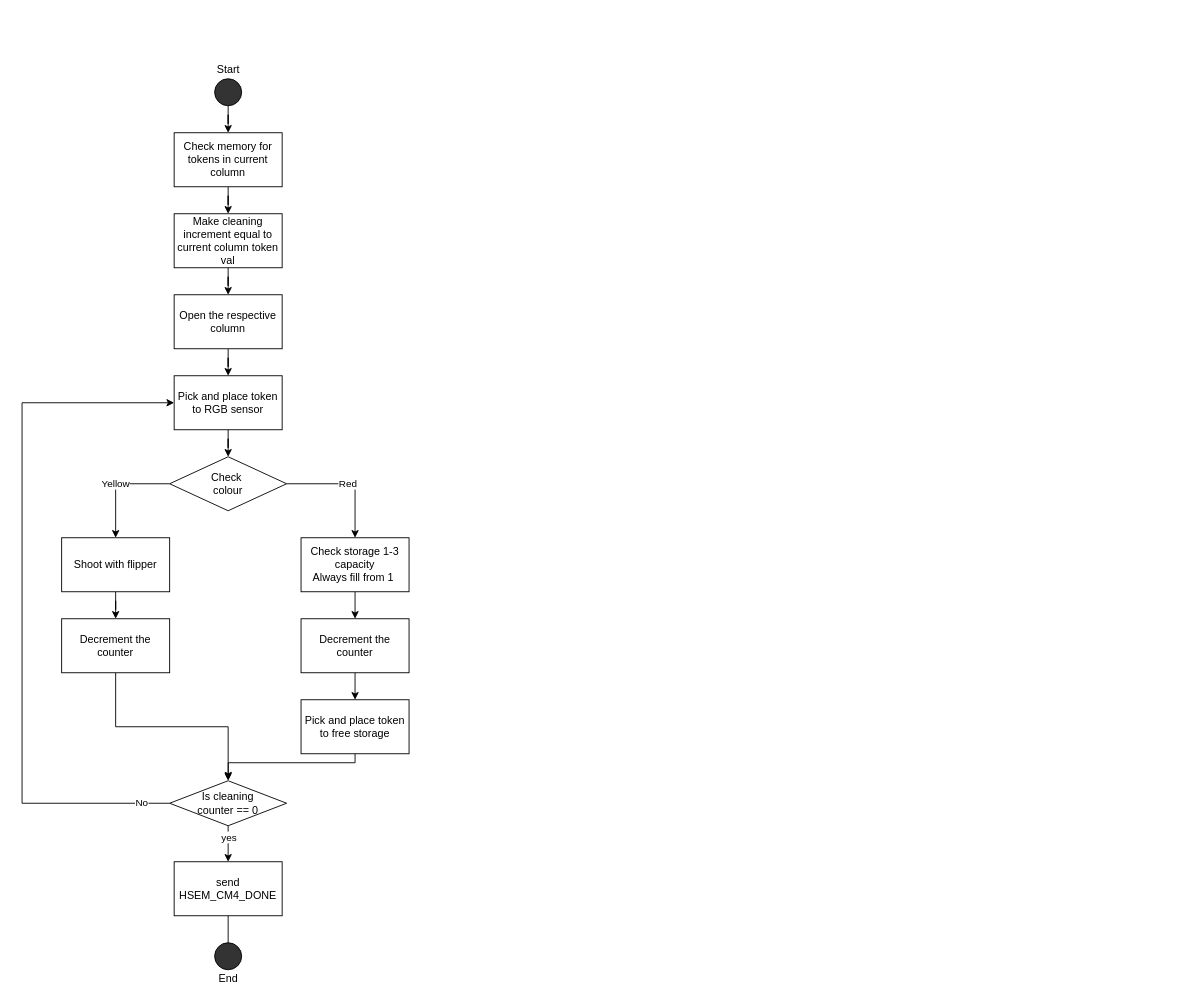
Above: page "Token Colour Separator" (1 of 2) of 4. Diagrams/System/task clean-up.drawio in BorIvanov/Documents (draw.io), before the change. Source tidied: cells renumbered, new cells numbered last; positions are measured from the earlier drawing's top-left corner, leaving out a move shared by most shapes. Both pictures are drawn from the tidied source at 90%, with x=0, y=0 at pixel (22, 60).
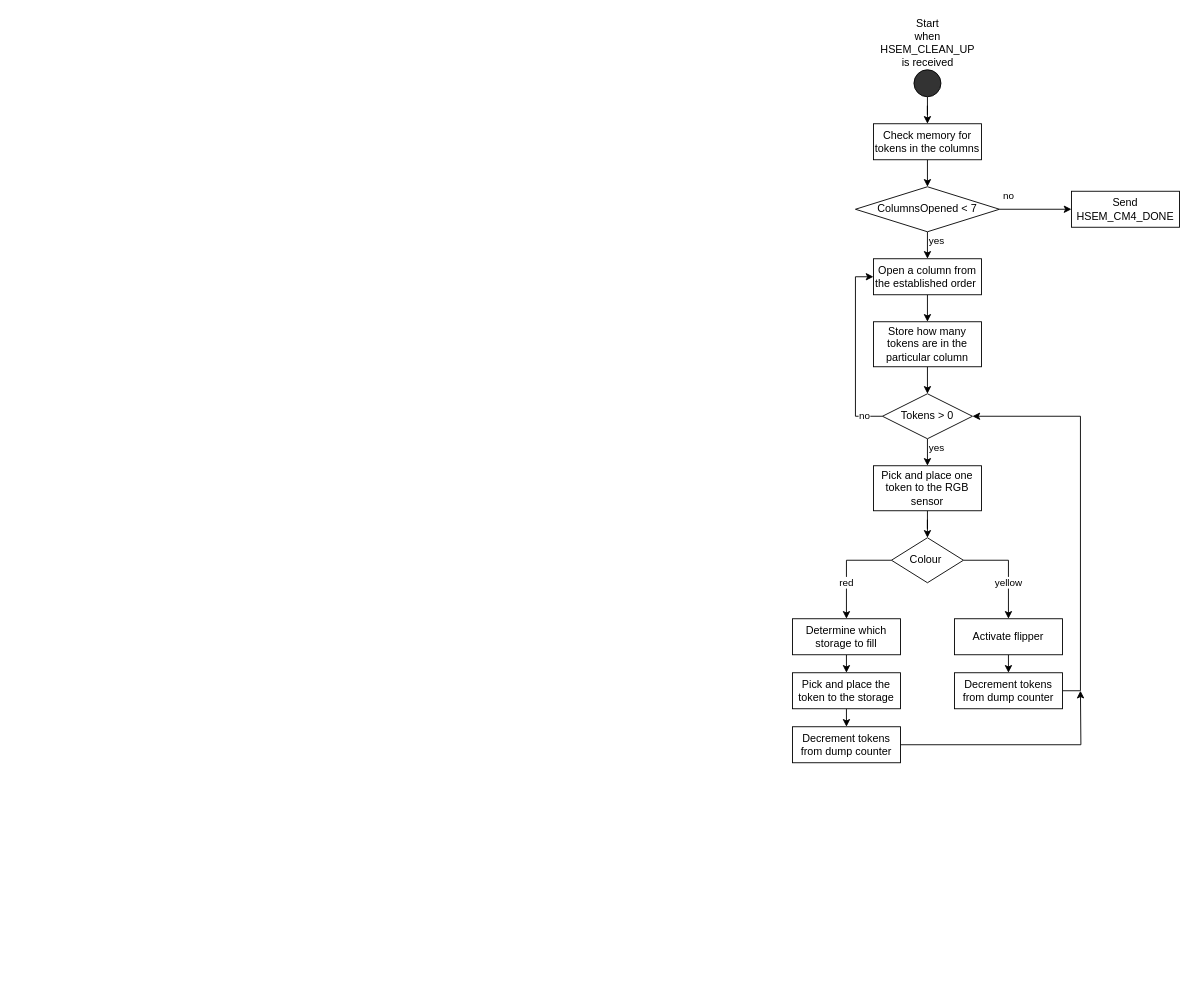
Above is the later version.

Diff of the diagram source:
```diff
@@
-    <mxCell id="2" style="edgeStyle=orthogonalEdgeStyle;rounded=0;jettySize=auto;html=1;" parent="1" edge="1" source="3" target="5">
-      <mxGeometry relative="1" as="geometry" />
-    </mxCell>
-    <mxCell id="3" style="ellipse;whiteSpace=wrap;html=1;fillColor=#333333;" parent="1" vertex="1">
-      <mxGeometry x="214" y="20" width="30" height="30" as="geometry" />
-    </mxCell>
-    <mxCell id="4" style="edgeStyle=orthogonalEdgeStyle;rounded=0;jettySize=auto;html=1;" parent="1" edge="1" source="5" target="13">
-      <mxGeometry relative="1" as="geometry" />
-    </mxCell>
-    <mxCell id="5" value="Check memory for tokens in current column" style="rounded=0;whiteSpace=wrap;html=1;fillColor=default;" parent="1" vertex="1">
-      <mxGeometry x="169" y="80" width="120" height="60" as="geometry" />
-    </mxCell>
-    <mxCell id="6" style="edgeStyle=orthogonalEdgeStyle;rounded=0;jettySize=auto;html=1;" parent="1" edge="1" source="7" target="9">
-      <mxGeometry relative="1" as="geometry" />
-    </mxCell>
-    <mxCell id="7" value="Open the respective column" style="rounded=0;whiteSpace=wrap;html=1;fillColor=default;" parent="1" vertex="1">
-      <mxGeometry x="169" y="260" width="120" height="60" as="geometry" />
-    </mxCell>
-    <mxCell id="8" style="edgeStyle=orthogonalEdgeStyle;rounded=0;jettySize=auto;html=1;" parent="1" edge="1" source="9" target="16">
-      <mxGeometry relative="1" as="geometry" />
-    </mxCell>
-    <mxCell id="9" value="Pick and place token to RGB sensor" style="rounded=0;whiteSpace=wrap;html=1;fillColor=default;" parent="1" vertex="1">
-      <mxGeometry x="169" y="350" width="120" height="60" as="geometry" />
-    </mxCell>
-    <mxCell id="10" style="edgeStyle=orthogonalEdgeStyle;rounded=0;jettySize=auto;html=1;" parent="1" edge="1" source="11" target="20">
-      <mxGeometry relative="1" as="geometry" />
-    </mxCell>
-    <mxCell id="11" value="Shoot with flipper" style="rounded=0;whiteSpace=wrap;html=1;fillColor=default;" parent="1" vertex="1">
-      <mxGeometry x="44" y="530" width="120" height="60" as="geometry" />
-    </mxCell>
-    <mxCell id="12" style="edgeStyle=orthogonalEdgeStyle;rounded=0;jettySize=auto;html=1;" parent="1" edge="1" source="13" target="7">
-      <mxGeometry relative="1" as="geometry" />
-    </mxCell>
-    <mxCell id="13" value="Make cleaning increment equal to current column token val" style="rounded=0;whiteSpace=wrap;html=1;fillColor=default;" parent="1" vertex="1">
-      <mxGeometry x="169" y="170" width="120" height="60" as="geometry" />
-    </mxCell>
-    <mxCell id="14" value="Yellow" style="edgeStyle=orthogonalEdgeStyle;rounded=0;jettySize=auto;html=1;exitX=0;exitY=0.5;exitDx=0;exitDy=0;entryX=0.5;entryY=0;entryDx=0;entryDy=0;" parent="1" edge="1" source="16" target="11">
-      <mxGeometry relative="1" as="geometry" />
-    </mxCell>
-    <mxCell id="15" value="Red" style="edgeStyle=orthogonalEdgeStyle;rounded=0;jettySize=auto;html=1;exitX=1;exitY=0.5;exitDx=0;exitDy=0;entryX=0.5;entryY=0;entryDx=0;entryDy=0;" parent="1" edge="1" source="16" target="18">
-      <mxGeometry relative="1" as="geometry" />
-    </mxCell>
-    <mxCell id="16" value="Check&amp;nbsp;&lt;br&gt;colour" style="rhombus;whiteSpace=wrap;html=1;fillColor=default;" parent="1" vertex="1">
-      <mxGeometry x="164" y="440" width="130" height="60" as="geometry" />
-    </mxCell>
-    <mxCell id="17" style="edgeStyle=orthogonalEdgeStyle;rounded=0;jettySize=auto;html=1;exitX=0.5;exitY=1;exitDx=0;exitDy=0;entryX=0.5;entryY=0;entryDx=0;entryDy=0;" parent="1" edge="1" source="18" target="22">
-      <mxGeometry relative="1" as="geometry" />
-    </mxCell>
-    <mxCell id="18" value="Check storage 1-3 capacity&lt;br&gt;Always fill from 1&amp;nbsp;" style="rounded=0;whiteSpace=wrap;html=1;fillColor=default;" parent="1" vertex="1">
-      <mxGeometry x="310" y="530" width="120" height="60" as="geometry" />
-    </mxCell>
-    <mxCell id="19" style="edgeStyle=orthogonalEdgeStyle;rounded=0;jettySize=auto;html=1;exitX=0.5;exitY=1;exitDx=0;exitDy=0;entryX=0.5;entryY=0;entryDx=0;entryDy=0;" parent="1" edge="1" source="20" target="27">
-      <mxGeometry relative="1" as="geometry" />
-    </mxCell>
-    <mxCell id="20" value="Decrement the counter" style="rounded=0;whiteSpace=wrap;html=1;fillColor=default;" parent="1" vertex="1">
-      <mxGeometry x="44" y="620" width="120" height="60" as="geometry" />
-    </mxCell>
-    <mxCell id="21" style="edgeStyle=orthogonalEdgeStyle;rounded=0;jettySize=auto;html=1;exitX=0.5;exitY=1;exitDx=0;exitDy=0;entryX=0.5;entryY=0;entryDx=0;entryDy=0;" parent="1" edge="1" source="22" target="24">
-      <mxGeometry relative="1" as="geometry" />
-    </mxCell>
-    <mxCell id="22" value="Decrement the counter" style="rounded=0;whiteSpace=wrap;html=1;fillColor=default;" parent="1" vertex="1">
-      <mxGeometry x="310" y="620" width="120" height="60" as="geometry" />
-    </mxCell>
-    <mxCell id="23" style="edgeStyle=orthogonalEdgeStyle;rounded=0;jettySize=auto;html=1;exitX=0.5;exitY=1;exitDx=0;exitDy=0;entryX=0.501;entryY=-0.026;entryDx=0;entryDy=0;entryPerimeter=0;" parent="1" edge="1" source="24" target="27">
-      <mxGeometry relative="1" as="geometry">
-        <Array as="points">
-          <mxPoint x="370" y="780" />
-          <mxPoint x="229" y="780" />
-        </Array>
-      </mxGeometry>
-    </mxCell>
-    <mxCell id="24" value="Pick and place token to free storage" style="rounded=0;whiteSpace=wrap;html=1;fillColor=default;" parent="1" vertex="1">
-      <mxGeometry x="310" y="710" width="120" height="60" as="geometry" />
-    </mxCell>
-    <mxCell id="25" value="No" style="edgeStyle=orthogonalEdgeStyle;rounded=0;jettySize=auto;html=1;exitX=0;exitY=0.5;exitDx=0;exitDy=0;entryX=0;entryY=0.5;entryDx=0;entryDy=0;" parent="1" edge="1" source="27" target="9">
-      <mxGeometry x="-0.92" relative="1" as="geometry">
-        <Array as="points">
-          <mxPoint y="825" />
-          <mxPoint y="380" />
-        </Array>
-      </mxGeometry>
-    </mxCell>
-    <mxCell id="26" value="yes" style="edgeStyle=orthogonalEdgeStyle;rounded=0;jettySize=auto;html=1;" parent="1" edge="1" source="27" target="29">
-      <mxGeometry x="-0.33" y="1" relative="1" as="geometry" />
-    </mxCell>
-    <mxCell id="27" value="Is cleaning &lt;br&gt;counter == 0" style="rhombus;whiteSpace=wrap;html=1;fillColor=default;" parent="1" vertex="1">
-      <mxGeometry x="164" y="800" width="130" height="50" as="geometry" />
-    </mxCell>
-    <mxCell id="28" style="edgeStyle=orthogonalEdgeStyle;rounded=0;jettySize=auto;html=1;" parent="1" edge="1" source="29" target="32">
-      <mxGeometry relative="1" as="geometry" />
-    </mxCell>
-    <mxCell id="29" value="send HSEM_CM4_DONE" style="rounded=0;whiteSpace=wrap;html=1;fillColor=default;" parent="1" vertex="1">
-      <mxGeometry x="169" y="890" width="120" height="60" as="geometry" />
-    </mxCell>
-    <mxCell id="30" value="Start" style="text;html=1;align=center;verticalAlign=middle;strokeColor=none;fillColor=none;" parent="1" vertex="1">
-      <mxGeometry x="209" width="40" height="20" as="geometry" />
-    </mxCell>
-    <mxCell id="31" style="ellipse;whiteSpace=wrap;html=1;fillColor=#333333;" parent="1" vertex="1">
-      <mxGeometry x="214" y="980" width="30" height="30" as="geometry" />
-    </mxCell>
-    <mxCell id="32" value="End" style="text;html=1;align=center;verticalAlign=middle;points=[];strokeColor=none;fillColor=none;" parent="1" vertex="1">
-      <mxGeometry x="209" y="1010" width="40" height="20" as="geometry" />
-    </mxCell>
+    <mxCell id="33" style="edgeStyle=orthogonalEdgeStyle;rounded=0;jettySize=auto;html=1;" parent="1" edge="1" source="34" target="36">
+      <mxGeometry relative="1" as="geometry" />
+    </mxCell>
+    <mxCell id="34" style="ellipse;whiteSpace=wrap;html=1;fillColor=#333333;" parent="1" vertex="1">
+      <mxGeometry x="991" y="10" width="30" height="30" as="geometry" />
+    </mxCell>
+    <mxCell id="35" style="edgeStyle=orthogonalEdgeStyle;rounded=0;jettySize=auto;html=1;exitX=0.5;exitY=1;exitDx=0;exitDy=0;entryX=0.5;entryY=0;entryDx=0;entryDy=0;" parent="1" edge="1" source="36" target="62">
+      <mxGeometry relative="1" as="geometry" />
+    </mxCell>
+    <mxCell id="36" value="Check memory for tokens in the columns" style="rounded=0;whiteSpace=wrap;html=1;fillColor=default;" parent="1" vertex="1">
+      <mxGeometry x="946" y="70" width="120" height="40" as="geometry" />
+    </mxCell>
+    <mxCell id="37" value="Start&lt;br&gt;when&lt;br&gt;HSEM_CLEAN_UP&lt;br&gt;is received" style="text;html=1;align=center;verticalAlign=middle;strokeColor=none;fillColor=none;" parent="1" vertex="1">
+      <mxGeometry x="946" y="-50" width="120" height="60" as="geometry" />
+    </mxCell>
+    <mxCell id="38" style="edgeStyle=orthogonalEdgeStyle;rounded=0;jettySize=auto;html=1;exitX=0.5;exitY=1;exitDx=0;exitDy=0;entryX=0.5;entryY=0;entryDx=0;entryDy=0;" parent="1" edge="1" source="39" target="41">
+      <mxGeometry relative="1" as="geometry" />
+    </mxCell>
+    <mxCell id="39" value="Open a column from the established order&amp;nbsp;" style="rounded=0;whiteSpace=wrap;html=1;fillColor=default;" parent="1" vertex="1">
+      <mxGeometry x="946" y="220" width="120" height="40" as="geometry" />
+    </mxCell>
+    <mxCell id="40" style="edgeStyle=orthogonalEdgeStyle;rounded=0;jettySize=auto;html=1;exitX=0.5;exitY=1;exitDx=0;exitDy=0;entryX=0.5;entryY=0;entryDx=0;entryDy=0;" parent="1" edge="1" source="41" target="51">
+      <mxGeometry relative="1" as="geometry" />
+    </mxCell>
+    <mxCell id="41" value="Store how many tokens are in the particular column" style="rounded=0;whiteSpace=wrap;html=1;fillColor=default;" parent="1" vertex="1">
+      <mxGeometry x="946" y="290" width="120" height="50" as="geometry" />
+    </mxCell>
+    <mxCell id="42" style="edgeStyle=orthogonalEdgeStyle;rounded=0;jettySize=auto;html=1;" parent="1" edge="1" source="43" target="46">
+      <mxGeometry relative="1" as="geometry" />
+    </mxCell>
+    <mxCell id="43" value="&lt;span style=&quot;font-family: &amp;#34;helvetica&amp;#34;&quot;&gt;Pick and place one token to the RGB sensor&lt;/span&gt;" style="rounded=0;whiteSpace=wrap;html=1;fillColor=default;" parent="1" vertex="1">
+      <mxGeometry x="946" y="450" width="120" height="50" as="geometry" />
+    </mxCell>
+    <mxCell id="44" value="yellow" style="edgeStyle=orthogonalEdgeStyle;rounded=0;jettySize=auto;html=1;exitX=1;exitY=0.5;exitDx=0;exitDy=0;entryX=0.5;entryY=0;entryDx=0;entryDy=0;" parent="1" edge="1" source="46" target="48">
+      <mxGeometry x="0.3" relative="1" as="geometry">
+        <Array as="points">
+          <mxPoint x="1096" y="555" />
+        </Array>
+      </mxGeometry>
+    </mxCell>
+    <mxCell id="45" value="red" style="edgeStyle=orthogonalEdgeStyle;rounded=0;jettySize=auto;html=1;exitX=0;exitY=0.5;exitDx=0;exitDy=0;" parent="1" edge="1" source="46">
+      <mxGeometry x="0.3" relative="1" as="geometry">
+        <mxPoint x="916" y="620" as="targetPoint" />
+        <Array as="points">
+          <mxPoint x="916" y="555" />
+          <mxPoint x="916" y="620" />
+        </Array>
+      </mxGeometry>
+    </mxCell>
+    <mxCell id="46" value="Colour&amp;nbsp;" style="rhombus;whiteSpace=wrap;html=1;" parent="1" vertex="1">
+      <mxGeometry x="966" y="530" width="80" height="50" as="geometry" />
+    </mxCell>
+    <mxCell id="47" style="edgeStyle=orthogonalEdgeStyle;rounded=0;jettySize=auto;html=1;exitX=0.5;exitY=1;exitDx=0;exitDy=0;entryX=0.5;entryY=0;entryDx=0;entryDy=0;" parent="1" edge="1" source="48" target="53">
+      <mxGeometry relative="1" as="geometry" />
+    </mxCell>
+    <mxCell id="48" value="Activate flipper" style="rounded=0;whiteSpace=wrap;html=1;fillColor=default;" parent="1" vertex="1">
+      <mxGeometry x="1036" y="620" width="120" height="40" as="geometry" />
+    </mxCell>
+    <mxCell id="49" value="yes" style="edgeStyle=orthogonalEdgeStyle;rounded=0;jettySize=auto;html=1;exitX=0.5;exitY=1;exitDx=0;exitDy=0;entryX=0.5;entryY=0;entryDx=0;entryDy=0;" parent="1" edge="1" source="51" target="43">
+      <mxGeometry x="-0.33" y="10" relative="1" as="geometry" />
+    </mxCell>
+    <mxCell id="50" value="no" style="edgeStyle=orthogonalEdgeStyle;rounded=0;jettySize=auto;html=1;exitX=0;exitY=0.5;exitDx=0;exitDy=0;entryX=0;entryY=0.5;entryDx=0;entryDy=0;" parent="1" edge="1" source="51" target="39">
+      <mxGeometry x="-0.8" relative="1" as="geometry" />
+    </mxCell>
+    <mxCell id="51" value="Tokens &amp;gt; 0" style="rhombus;whiteSpace=wrap;html=1;" parent="1" vertex="1">
+      <mxGeometry x="956" y="370" width="100" height="50" as="geometry" />
+    </mxCell>
+    <mxCell id="52" style="edgeStyle=orthogonalEdgeStyle;rounded=0;jettySize=auto;html=1;exitX=1;exitY=0.5;exitDx=0;exitDy=0;entryX=1;entryY=0.5;entryDx=0;entryDy=0;" parent="1" edge="1" source="53" target="51">
+      <mxGeometry relative="1" as="geometry" />
+    </mxCell>
+    <mxCell id="53" value="Decrement tokens from dump counter" style="rounded=0;whiteSpace=wrap;html=1;fillColor=default;" parent="1" vertex="1">
+      <mxGeometry x="1036" y="680" width="120" height="40" as="geometry" />
+    </mxCell>
+    <mxCell id="54" style="edgeStyle=orthogonalEdgeStyle;rounded=0;jettySize=auto;html=1;exitX=0.5;exitY=1;exitDx=0;exitDy=0;entryX=0.5;entryY=0;entryDx=0;entryDy=0;" parent="1" edge="1" source="55" target="57">
+      <mxGeometry relative="1" as="geometry" />
+    </mxCell>
+    <mxCell id="55" value="Determine which storage to fill" style="rounded=0;whiteSpace=wrap;html=1;fillColor=default;" parent="1" vertex="1">
+      <mxGeometry x="856" y="620" width="120" height="40" as="geometry" />
+    </mxCell>
+    <mxCell id="56" style="edgeStyle=orthogonalEdgeStyle;rounded=0;jettySize=auto;html=1;exitX=0.5;exitY=1;exitDx=0;exitDy=0;entryX=0.5;entryY=0;entryDx=0;entryDy=0;" parent="1" edge="1" source="57" target="59">
+      <mxGeometry relative="1" as="geometry" />
+    </mxCell>
+    <mxCell id="57" value="Pick and place the token to the storage" style="rounded=0;whiteSpace=wrap;html=1;fillColor=default;" parent="1" vertex="1">
+      <mxGeometry x="856" y="680" width="120" height="40" as="geometry" />
+    </mxCell>
+    <mxCell id="58" style="edgeStyle=orthogonalEdgeStyle;rounded=0;jettySize=auto;html=1;exitX=1;exitY=0.5;exitDx=0;exitDy=0;" parent="1" edge="1" source="59">
+      <mxGeometry relative="1" as="geometry">
+        <mxPoint x="1176" y="700" as="targetPoint" />
+      </mxGeometry>
+    </mxCell>
+    <mxCell id="59" value="Decrement tokens from dump counter" style="rounded=0;whiteSpace=wrap;html=1;fillColor=default;" parent="1" vertex="1">
+      <mxGeometry x="856" y="740" width="120" height="40" as="geometry" />
+    </mxCell>
+    <mxCell id="60" value="yes" style="edgeStyle=orthogonalEdgeStyle;rounded=0;jettySize=auto;html=1;exitX=0.5;exitY=1;exitDx=0;exitDy=0;entryX=0.5;entryY=0;entryDx=0;entryDy=0;" parent="1" edge="1" source="62" target="39">
+      <mxGeometry x="-0.33" y="10" relative="1" as="geometry" />
+    </mxCell>
+    <mxCell id="61" value="no" style="edgeStyle=orthogonalEdgeStyle;rounded=0;jettySize=auto;html=1;exitX=1;exitY=0.5;exitDx=0;exitDy=0;entryX=0;entryY=0.5;entryDx=0;entryDy=0;" parent="1" edge="1" source="62" target="63">
+      <mxGeometry x="-0.75" y="15" relative="1" as="geometry" />
+    </mxCell>
+    <mxCell id="62" value="ColumnsOpened &amp;lt; 7" style="rhombus;whiteSpace=wrap;html=1;" parent="1" vertex="1">
+      <mxGeometry x="926" y="140" width="160" height="50" as="geometry" />
+    </mxCell>
+    <mxCell id="63" value="Send&lt;br&gt;HSEM_CM4_DONE" style="rounded=0;whiteSpace=wrap;html=1;fillColor=default;" parent="1" vertex="1">
+      <mxGeometry x="1166" y="145" width="120" height="40" as="geometry" />
+    </mxCell>
```
